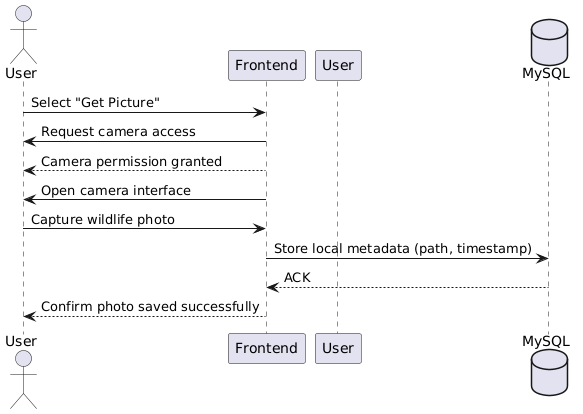
Above: documentation/images/getPicture.png in XXLSmile/BioTrack (PlantUML), before the change.
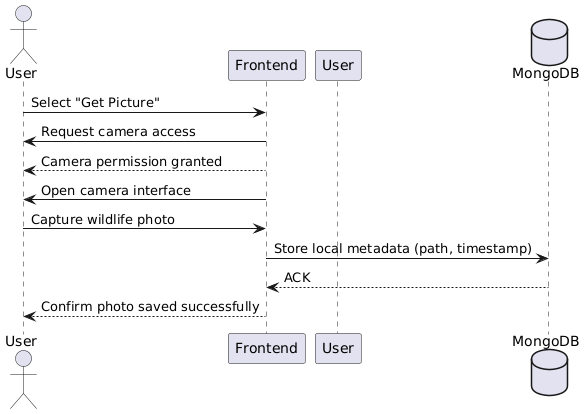
After the change.

Diff of the diagram source:
```diff
@@ -2,14 +2,14 @@
 actor User
 participant Frontend
 participant "User" as UserService
-database MySQL
+database MongoDB
 
 User -> Frontend : Select "Get Picture"
 Frontend -> User : Request camera access
 User <-- Frontend : Camera permission granted
 Frontend -> User : Open camera interface
 User -> Frontend : Capture wildlife photo
-Frontend -> MySQL : Store local metadata (path, timestamp)
-MySQL --> Frontend : ACK
+Frontend -> MongoDB : Store local metadata (path, timestamp)
+MongoDB --> Frontend : ACK
 Frontend --> User : Confirm photo saved successfully
 @enduml
```
